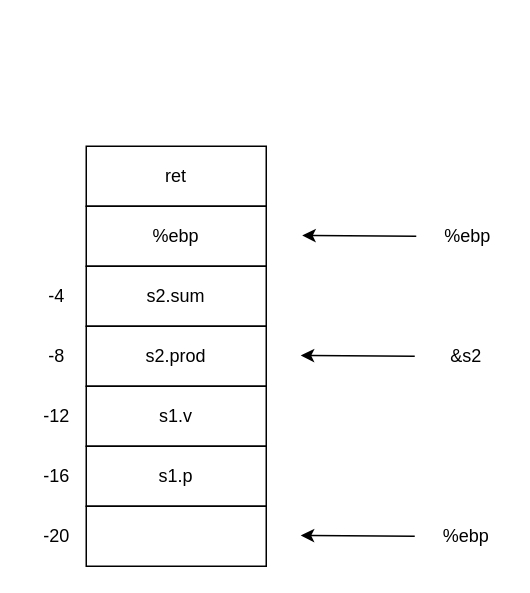
This is page "ex3.64B" (7 of 7) of csapp/draw.io/csapp-ch03.drawio from chenjianlong/books-code, a draw.io file, before an edit. Source tidied: cells renumbered, new cells numbered last; positions are measured from the earlier drawing's top-left corner, leaving out a move shared by most shapes. Both pictures are drawn from the tidied source at 150%, with x=0, y=0 at pixel (26, 146).
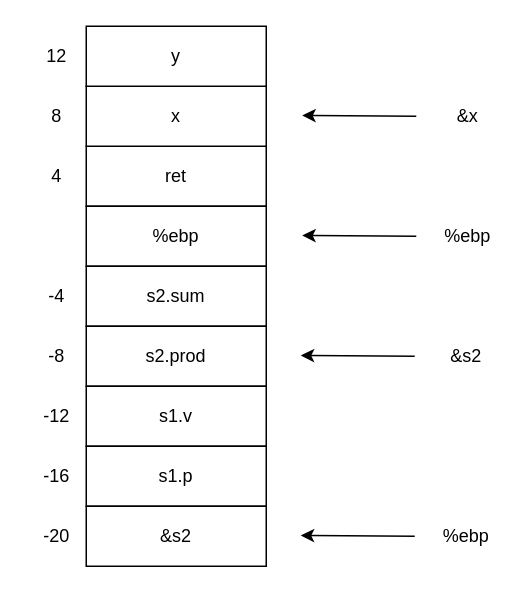
Above is the later version.

The edit, as a diff of the source:
```diff
@@
-    <mxCell id="8" style="rounded=0;whiteSpace=wrap;html=1;" parent="1" vertex="1">
+    <mxCell id="8" value="&amp;amp;s2" style="rounded=0;whiteSpace=wrap;html=1;" parent="1" vertex="1">
       <mxGeometry x="40" y="240" width="120" height="40" as="geometry" />
     </mxCell>
@@
+    <mxCell id="20" value="x" style="rounded=0;whiteSpace=wrap;html=1;" parent="1" vertex="1">
+      <mxGeometry x="40" y="-40" width="120" height="40" as="geometry" />
+    </mxCell>
+    <mxCell id="21" value="y" style="rounded=0;whiteSpace=wrap;html=1;" parent="1" vertex="1">
+      <mxGeometry x="40" y="-80" width="120" height="40" as="geometry" />
+    </mxCell>
+    <mxCell id="22" style="endArrow=classic;html=1;rounded=0;" parent="1" edge="1">
+      <mxGeometry relative="1" as="geometry">
+        <mxPoint x="260" y="-20" as="sourcePoint" />
+        <mxPoint x="184" y="-20.5" as="targetPoint" />
+      </mxGeometry>
+    </mxCell>
+    <mxCell id="23" value="&amp;amp;x" style="text;html=1;align=center;verticalAlign=middle;strokeColor=none;fillColor=none;" parent="1" vertex="1">
+      <mxGeometry x="274" y="-35" width="40" height="30" as="geometry" />
+    </mxCell>
+    <mxCell id="24" value="8" style="text;html=1;align=center;verticalAlign=middle;strokeColor=none;fillColor=none;" parent="1" vertex="1">
+      <mxGeometry x="5" y="-35" width="30" height="30" as="geometry" />
+    </mxCell>
+    <mxCell id="25" value="4" style="text;html=1;align=center;verticalAlign=middle;strokeColor=none;fillColor=none;" parent="1" vertex="1">
+      <mxGeometry x="5" y="5" width="30" height="30" as="geometry" />
+    </mxCell>
+    <mxCell id="26" value="12" style="text;html=1;align=center;verticalAlign=middle;strokeColor=none;fillColor=none;" parent="1" vertex="1">
+      <mxGeometry y="-75" width="40" height="30" as="geometry" />
+    </mxCell>
```
